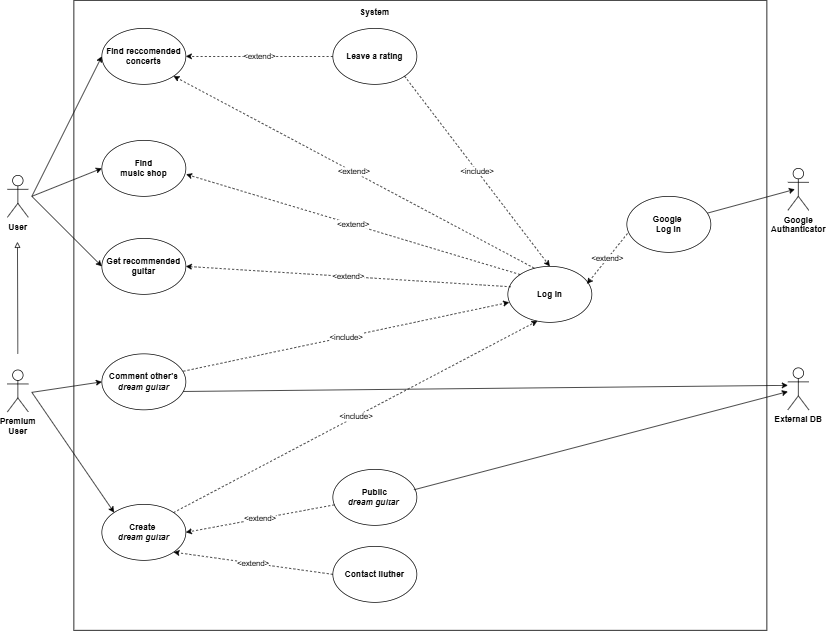
Before: Progetto.drawio .png, a diagram exported from draw.io (TizianoLilli/ISPW-Project). Source tidied: cells renumbered, new cells last; positions are measured from the earlier drawing's top-left corner, leaving out a move shared by most shapes.
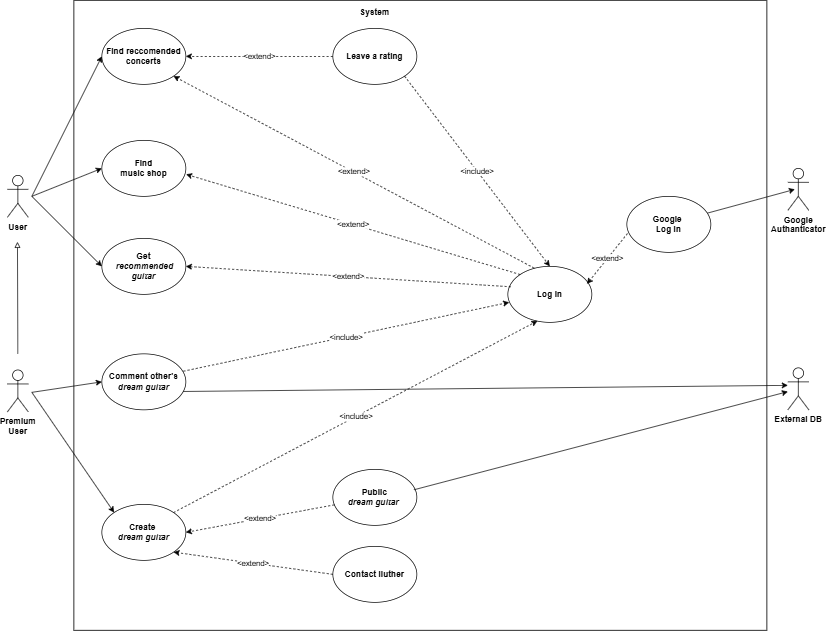
After the change.

Change to the diagram source:
```diff
@@ -25,7 +25,7 @@
     <mxCell id="8" value="&amp;lt;include&amp;gt;" style="endArrow=classic;html=1;rounded=0;exitX=1;exitY=0;exitDx=0;exitDy=0;dashed=1;entryX=0.352;entryY=0.975;entryDx=0;entryDy=0;entryPerimeter=0;" parent="1" edge="1" source="6" target="5">
       <mxGeometry relative="1" as="geometry" />
     </mxCell>
-    <mxCell id="9" value="&lt;b&gt;Get recommended guitar&lt;/b&gt;" style="ellipse;whiteSpace=wrap;html=1;" parent="1" vertex="1">
+    <mxCell id="9" value="&lt;b&gt;Get&lt;/b&gt;&lt;div&gt;&lt;b&gt;&amp;nbsp;&lt;i&gt;recommended guitar&lt;/i&gt;&lt;/b&gt;&lt;/div&gt;" style="ellipse;whiteSpace=wrap;html=1;" parent="1" vertex="1">
       <mxGeometry x="135" y="340" width="120" height="80" as="geometry" />
     </mxCell>
     <mxCell id="10" style="endArrow=classic;html=1;rounded=0;entryX=0;entryY=0.5;entryDx=0;entryDy=0;" parent="1" edge="1" target="9">
```
